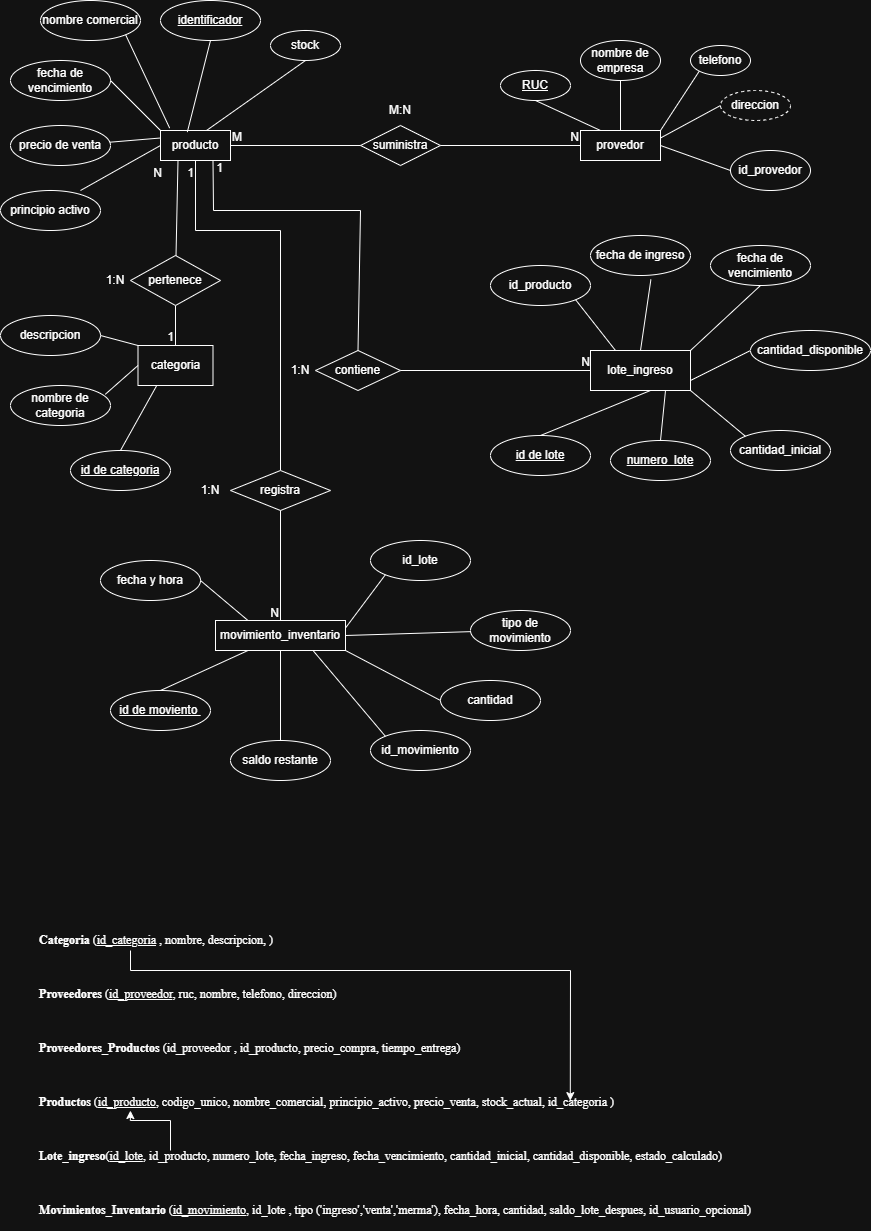
Before: Modelo-ER-ProyectoU1.png, a diagram exported from draw.io (Criss-21/Diagramas-Base-De-DAtos). Source tidied: cells renumbered, new cells last; positions are measured from the earlier drawing's top-left corner, leaving out a move shared by most shapes.
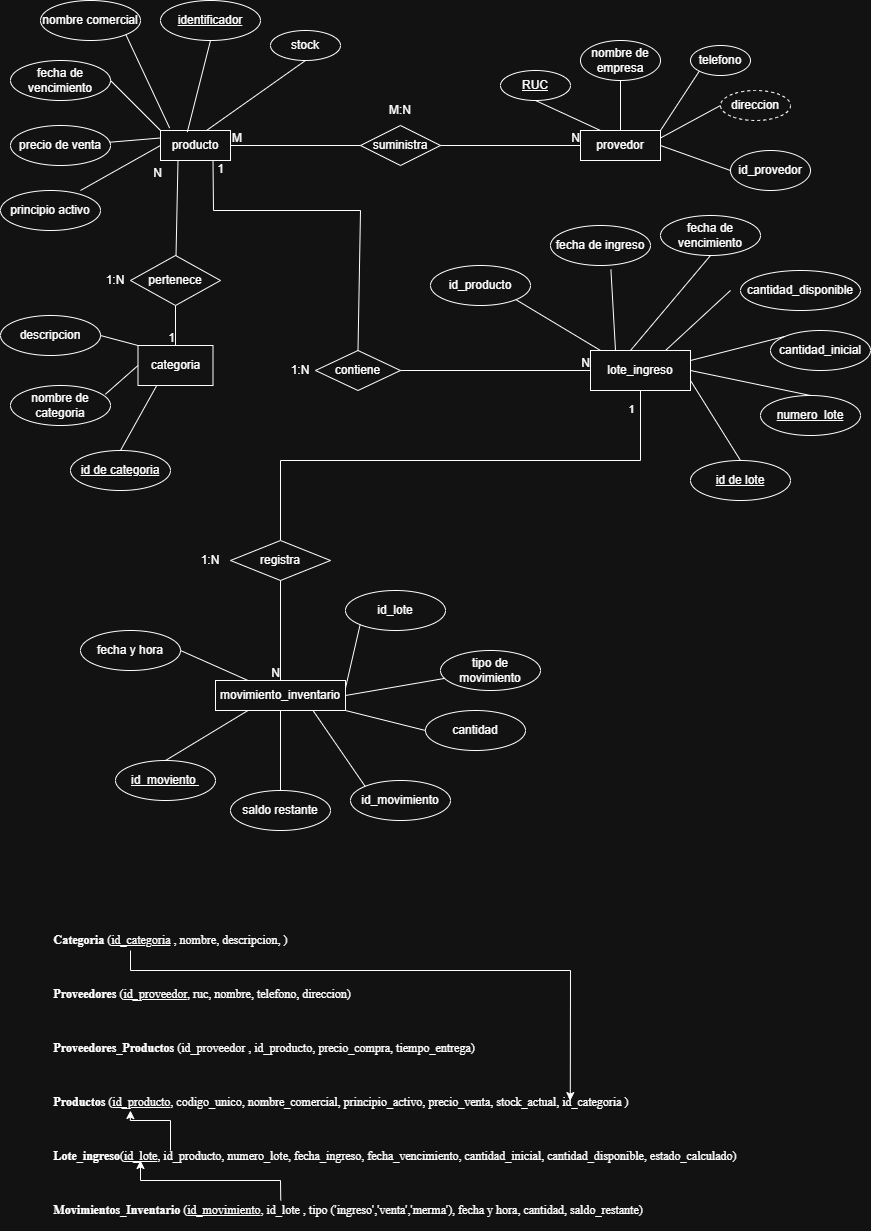
After the change.

Diff of the diagram source:
```diff
@@ -99,63 +99,65 @@
       <mxGeometry x="590" y="350" width="100" height="40" as="geometry" />
     </mxCell>
     <mxCell id="34" value="fecha de ingreso" style="ellipse;whiteSpace=wrap;html=1;align=center;" parent="1" vertex="1">
-      <mxGeometry x="590" y="235" width="100" height="40" as="geometry" />
+      <mxGeometry x="550" y="225" width="100" height="40" as="geometry" />
     </mxCell>
     <mxCell id="35" value="id_producto" style="ellipse;whiteSpace=wrap;html=1;align=center;" parent="1" vertex="1">
-      <mxGeometry x="490" y="265" width="100" height="40" as="geometry" />
+      <mxGeometry x="430" y="265" width="100" height="40" as="geometry" />
     </mxCell>
     <mxCell id="36" value="id de lote" style="ellipse;whiteSpace=wrap;html=1;align=center;fontStyle=4;" parent="1" vertex="1">
-      <mxGeometry x="490" y="435" width="100" height="40" as="geometry" />
+      <mxGeometry x="690" y="460" width="100" height="40" as="geometry" />
     </mxCell>
     <mxCell id="37" value="cantidad_inicial" style="ellipse;whiteSpace=wrap;html=1;align=center;" parent="1" vertex="1">
-      <mxGeometry x="730" y="430" width="100" height="40" as="geometry" />
+      <mxGeometry x="770" y="330" width="100" height="40" as="geometry" />
     </mxCell>
     <mxCell id="38" value="fecha de vencimiento" style="ellipse;whiteSpace=wrap;html=1;align=center;" parent="1" vertex="1">
-      <mxGeometry x="710" y="245" width="100" height="40" as="geometry" />
+      <mxGeometry x="660" y="215" width="100" height="40" as="geometry" />
     </mxCell>
     <mxCell id="39" value="id de categoria" style="ellipse;whiteSpace=wrap;html=1;align=center;fontStyle=4;" parent="1" vertex="1">
       <mxGeometry x="70" y="450" width="100" height="40" as="geometry" />
     </mxCell>
-    <mxCell id="40" style="endArrow=none;html=1;rounded=0;entryX=1;entryY=1;entryDx=0;entryDy=0;exitX=0.25;exitY=0;exitDx=0;exitDy=0;" parent="1" edge="1" source="33" target="35">
-      <mxGeometry relative="1" as="geometry" />
+    <mxCell id="40" style="endArrow=none;html=1;rounded=0;entryX=1;entryY=1;entryDx=0;entryDy=0;" parent="1" edge="1" target="35">
+      <mxGeometry relative="1" as="geometry">
+        <mxPoint x="600" y="350" as="sourcePoint" />
+      </mxGeometry>
     </mxCell>
-    <mxCell id="41" style="endArrow=none;html=1;rounded=0;entryX=0.604;entryY=1.1;entryDx=0;entryDy=0;entryPerimeter=0;exitX=0.5;exitY=0;exitDx=0;exitDy=0;" parent="1" edge="1" source="33" target="34">
+    <mxCell id="41" style="endArrow=none;html=1;rounded=0;entryX=0.604;entryY=1.1;entryDx=0;entryDy=0;entryPerimeter=0;exitX=0.25;exitY=0;exitDx=0;exitDy=0;" parent="1" edge="1" source="33" target="34">
       <mxGeometry relative="1" as="geometry" />
     </mxCell>
-    <mxCell id="42" style="endArrow=none;html=1;rounded=0;entryX=0.5;entryY=1;entryDx=0;entryDy=0;exitX=1;exitY=0;exitDx=0;exitDy=0;" parent="1" edge="1" source="33" target="38">
+    <mxCell id="42" style="endArrow=none;html=1;rounded=0;entryX=0.5;entryY=1;entryDx=0;entryDy=0;exitX=0.4;exitY=0;exitDx=0;exitDy=0;exitPerimeter=0;" parent="1" edge="1" source="33" target="38">
       <mxGeometry relative="1" as="geometry" />
     </mxCell>
-    <mxCell id="43" style="endArrow=none;html=1;rounded=0;entryX=0.6;entryY=1;entryDx=0;entryDy=0;exitX=0.5;exitY=0;exitDx=0;exitDy=0;entryPerimeter=0;" parent="1" edge="1" source="36" target="33">
+    <mxCell id="43" style="endArrow=none;html=1;rounded=0;entryX=1;entryY=0.75;entryDx=0;entryDy=0;exitX=0.5;exitY=0;exitDx=0;exitDy=0;" parent="1" edge="1" source="36" target="33">
       <mxGeometry relative="1" as="geometry" />
     </mxCell>
-    <mxCell id="44" style="endArrow=none;html=1;rounded=0;entryX=1;entryY=1;entryDx=0;entryDy=0;exitX=0;exitY=0;exitDx=0;exitDy=0;" parent="1" edge="1" source="37" target="33">
+    <mxCell id="44" style="endArrow=none;html=1;rounded=0;entryX=1;entryY=0.25;entryDx=0;entryDy=0;exitX=0;exitY=0;exitDx=0;exitDy=0;" parent="1" edge="1" source="37" target="33">
       <mxGeometry relative="1" as="geometry" />
     </mxCell>
-    <mxCell id="45" style="endArrow=none;html=1;rounded=0;exitX=0;exitY=0.5;exitDx=0;exitDy=0;entryX=1;entryY=0.75;entryDx=0;entryDy=0;" parent="1" edge="1" target="33">
+    <mxCell id="45" style="endArrow=none;html=1;rounded=0;entryX=0.75;entryY=0;entryDx=0;entryDy=0;" parent="1" edge="1" target="33">
       <mxGeometry relative="1" as="geometry">
-        <mxPoint x="750" y="350" as="sourcePoint" />
+        <mxPoint x="730" y="290" as="sourcePoint" />
       </mxGeometry>
     </mxCell>
     <mxCell id="46" value="movimiento_inventario" style="whiteSpace=wrap;html=1;align=center;" parent="1" vertex="1">
-      <mxGeometry x="215" y="620" width="130" height="30" as="geometry" />
+      <mxGeometry x="215" y="680" width="130" height="30" as="geometry" />
     </mxCell>
     <mxCell id="47" value="id_lote" style="ellipse;whiteSpace=wrap;html=1;align=center;" parent="1" vertex="1">
-      <mxGeometry x="370" y="540" width="100" height="40" as="geometry" />
+      <mxGeometry x="345" y="590" width="100" height="40" as="geometry" />
     </mxCell>
-    <mxCell id="48" value="id de moviento&amp;nbsp;" style="ellipse;whiteSpace=wrap;html=1;align=center;fontStyle=4;" parent="1" vertex="1">
-      <mxGeometry x="110" y="690" width="100" height="40" as="geometry" />
+    <mxCell id="48" value="id_moviento&amp;nbsp;" style="ellipse;whiteSpace=wrap;html=1;align=center;fontStyle=4;" parent="1" vertex="1">
+      <mxGeometry x="115" y="760" width="100" height="40" as="geometry" />
     </mxCell>
     <mxCell id="49" value="tipo de movimiento" style="ellipse;whiteSpace=wrap;html=1;align=center;" parent="1" vertex="1">
-      <mxGeometry x="470" y="610" width="100" height="40" as="geometry" />
+      <mxGeometry x="440" y="650" width="100" height="40" as="geometry" />
     </mxCell>
     <mxCell id="50" value="cantidad" style="ellipse;whiteSpace=wrap;html=1;align=center;" parent="1" vertex="1">
-      <mxGeometry x="440" y="680" width="100" height="40" as="geometry" />
+      <mxGeometry x="425" y="710" width="100" height="40" as="geometry" />
     </mxCell>
     <mxCell id="51" value="fecha y hora" style="ellipse;whiteSpace=wrap;html=1;align=center;" parent="1" vertex="1">
-      <mxGeometry x="100" y="560" width="100" height="40" as="geometry" />
+      <mxGeometry x="80" y="630" width="100" height="40" as="geometry" />
     </mxCell>
     <mxCell id="52" value="saldo restante" style="ellipse;whiteSpace=wrap;html=1;align=center;" parent="1" vertex="1">
-      <mxGeometry x="230" y="740" width="100" height="40" as="geometry" />
+      <mxGeometry x="230" y="790" width="100" height="40" as="geometry" />
     </mxCell>
     <mxCell id="53" style="endArrow=none;html=1;rounded=0;entryX=0.5;entryY=0;entryDx=0;entryDy=0;exitX=0.25;exitY=1;exitDx=0;exitDy=0;" parent="1" edge="1" source="46" target="48">
       <mxGeometry relative="1" as="geometry" />
@@ -215,21 +217,26 @@
     <mxCell id="69" value="N" style="html=1;whiteSpace=wrap;align=right;verticalAlign=bottom;" parent="68" vertex="1">
       <mxGeometry x="1" relative="1" as="geometry" />
     </mxCell>
-    <mxCell id="70" value="1" style="html=1;whiteSpace=wrap;align=right;verticalAlign=bottom;" parent="1" vertex="1">
+    <mxCell id="70" style="html=1;whiteSpace=wrap;align=right;verticalAlign=bottom;" parent="1" vertex="1">
       <mxGeometry x="130" y="180" as="geometry">
         <mxPoint x="65" y="1" as="offset" />
       </mxGeometry>
     </mxCell>
-    <mxCell id="71" style="endArrow=none;html=1;rounded=0;entryX=0.5;entryY=1;entryDx=0;entryDy=0;exitX=0.5;exitY=0;exitDx=0;exitDy=0;" parent="1" edge="1" source="72" target="2">
+    <mxCell id="71" style="endArrow=none;html=1;rounded=0;exitX=0.5;exitY=0;exitDx=0;exitDy=0;entryX=0.5;entryY=1;entryDx=0;entryDy=0;" parent="1" edge="1" source="72" target="33">
       <mxGeometry relative="1" as="geometry">
         <Array as="points">
-          <mxPoint x="280" y="230" />
-          <mxPoint x="195" y="230" />
+          <mxPoint x="280" y="460" />
+          <mxPoint x="640" y="460" />
         </Array>
       </mxGeometry>
     </mxCell>
+    <mxCell id="90" value="1" style="edgeLabel;html=1;align=center;verticalAlign=middle;" parent="71" vertex="1">
+      <mxGeometry x="0.92" relative="1" as="geometry">
+        <mxPoint x="-10" y="-2" as="offset" />
+      </mxGeometry>
+    </mxCell>
     <mxCell id="72" value="registra" style="shape=rhombus;perimeter=rhombusPerimeter;whiteSpace=wrap;html=1;align=center;" parent="1" vertex="1">
-      <mxGeometry x="230" y="470" width="100" height="40" as="geometry" />
+      <mxGeometry x="230" y="540" width="100" height="40" as="geometry" />
     </mxCell>
     <mxCell id="73" value="1" style="html=1;whiteSpace=wrap;align=right;verticalAlign=bottom;" parent="1" vertex="1">
       <mxGeometry x="220" y="180" as="geometry">
@@ -246,7 +253,7 @@
       <mxGeometry x="270" y="355" width="60" height="30" as="geometry" />
     </mxCell>
     <mxCell id="77" value="1:N" style="text;html=1;whiteSpace=wrap;strokeColor=none;fillColor=none;align=center;verticalAlign=middle;rounded=0;" parent="1" vertex="1">
-      <mxGeometry x="180" y="475" width="60" height="30" as="geometry" />
+      <mxGeometry x="180" y="545" width="60" height="30" as="geometry" />
     </mxCell>
     <mxCell id="78" value="descripcion" style="ellipse;whiteSpace=wrap;html=1;align=center;" parent="1" vertex="1">
       <mxGeometry y="315" width="100" height="40" as="geometry" />
@@ -261,21 +268,21 @@
       <mxGeometry relative="1" as="geometry" />
     </mxCell>
     <mxCell id="82" value="cantidad_disponible" style="ellipse;whiteSpace=wrap;html=1;align=center;" parent="1" vertex="1">
-      <mxGeometry x="750" y="330" width="120" height="40" as="geometry" />
+      <mxGeometry x="740" y="270" width="120" height="40" as="geometry" />
     </mxCell>
     <mxCell id="83" value="numero_lote" style="ellipse;whiteSpace=wrap;html=1;align=center;fontStyle=4;" parent="1" vertex="1">
-      <mxGeometry x="610" y="440" width="100" height="40" as="geometry" />
+      <mxGeometry x="760" y="395" width="100" height="40" as="geometry" />
     </mxCell>
-    <mxCell id="84" style="endArrow=none;html=1;rounded=0;entryX=0.75;entryY=1;entryDx=0;entryDy=0;exitX=0.5;exitY=0;exitDx=0;exitDy=0;" parent="1" edge="1" source="83" target="33">
+    <mxCell id="84" style="endArrow=none;html=1;rounded=0;entryX=1;entryY=0.5;entryDx=0;entryDy=0;exitX=0.5;exitY=0;exitDx=0;exitDy=0;" parent="1" edge="1" source="83" target="33">
       <mxGeometry relative="1" as="geometry" />
     </mxCell>
     <mxCell id="85" value="id_movimiento" style="ellipse;whiteSpace=wrap;html=1;align=center;" parent="1" vertex="1">
-      <mxGeometry x="370" y="730" width="100" height="40" as="geometry" />
+      <mxGeometry x="350" y="780" width="100" height="40" as="geometry" />
     </mxCell>
     <mxCell id="86" style="endArrow=none;html=1;rounded=0;entryX=0.75;entryY=1;entryDx=0;entryDy=0;exitX=0;exitY=0;exitDx=0;exitDy=0;" parent="1" edge="1" source="85" target="46">
       <mxGeometry relative="1" as="geometry" />
     </mxCell>
-    <mxCell id="87" value="&lt;p class=&quot;MsoNormal&quot; style=&quot;text-align:justify;line-height:normal&quot;&gt;&lt;b&gt;&lt;span style=&quot;font-family:&amp;quot;Times New Roman&amp;quot;,serif&quot;&gt;Categoria&lt;/span&gt;&lt;/b&gt;&lt;span style=&quot;font-family:&amp;quot;Times New Roman&amp;quot;,serif&quot;&gt;&amp;nbsp;(&lt;u&gt;id_categoria&lt;/u&gt; , nombre, descripcion, )&lt;/span&gt;&lt;/p&gt;&lt;p class=&quot;MsoNormal&quot; style=&quot;text-align:justify;line-height:normal&quot;&gt;&lt;span style=&quot;font-family:&amp;quot;Times New Roman&amp;quot;,serif&quot;&gt;&lt;br&gt;&lt;/span&gt;&lt;/p&gt;&lt;p class=&quot;MsoNormal&quot; style=&quot;text-align:justify;line-height:normal&quot;&gt;&lt;b&gt;&lt;span style=&quot;font-family:&amp;quot;Times New Roman&amp;quot;,serif&quot;&gt;Proveedores&lt;/span&gt;&lt;/b&gt;&lt;span style=&quot;font-family:&amp;quot;Times New Roman&amp;quot;,serif&quot;&gt; (&lt;u&gt;id_proveedor&lt;/u&gt;, ruc, nombre, telefono, direccion)&lt;/span&gt;&lt;/p&gt;&lt;p class=&quot;MsoNormal&quot; style=&quot;text-align:justify;line-height:normal&quot;&gt;&lt;span style=&quot;font-family:&amp;quot;Times New Roman&amp;quot;,serif&quot;&gt;&lt;br&gt;&lt;/span&gt;&lt;/p&gt;&lt;p class=&quot;MsoNormal&quot; style=&quot;text-align:justify;line-height:normal&quot;&gt;&lt;b&gt;&lt;span style=&quot;font-family:&amp;quot;Times New Roman&amp;quot;,serif&quot;&gt;Proveedores_Productos&lt;/span&gt;&lt;/b&gt;&lt;span style=&quot;font-family:&amp;quot;Times New Roman&amp;quot;,serif&quot;&gt; (id_proveedor , id_producto, precio_compra, tiempo_entrega)&lt;/span&gt;&lt;/p&gt;&lt;p class=&quot;MsoNormal&quot; style=&quot;text-align:justify;line-height:normal&quot;&gt;&lt;span style=&quot;font-family:&amp;quot;Times New Roman&amp;quot;,serif&quot;&gt;&lt;br&gt;&lt;/span&gt;&lt;/p&gt;&lt;p class=&quot;MsoNormal&quot; style=&quot;text-align:justify;line-height:normal&quot;&gt;&lt;b&gt;&lt;span style=&quot;font-family:&amp;quot;Times New Roman&amp;quot;,serif&quot;&gt;Productos&lt;/span&gt;&lt;/b&gt;&lt;span style=&quot;font-family:&amp;quot;Times New Roman&amp;quot;,serif&quot;&gt; (&lt;u&gt;id_producto&lt;/u&gt;, codigo_unico, nombre_comercial, principio_activo, precio_venta, stock_actual, id_categoria )&lt;/span&gt;&lt;/p&gt;&lt;p class=&quot;MsoNormal&quot; style=&quot;text-align:justify;line-height:normal&quot;&gt;&lt;span style=&quot;font-family:&amp;quot;Times New Roman&amp;quot;,serif&quot;&gt;&lt;br&gt;&lt;/span&gt;&lt;/p&gt;&lt;p class=&quot;MsoNormal&quot; style=&quot;text-align:justify;line-height:normal&quot;&gt;&lt;b&gt;&lt;span style=&quot;font-family:&amp;quot;Times New Roman&amp;quot;,serif&quot;&gt;Lote_ingreso&lt;/span&gt;&lt;/b&gt;&lt;span style=&quot;font-family:&amp;quot;Times New Roman&amp;quot;,serif&quot;&gt;(&lt;u&gt;id_lote&lt;/u&gt;, id_producto, numero_lote, fecha_ingreso, fecha_vencimiento, cantidad_inicial, cantidad_disponible, estado_calculado)&lt;/span&gt;&lt;/p&gt;&lt;p class=&quot;MsoNormal&quot; style=&quot;text-align:justify;line-height:normal&quot;&gt;&lt;span style=&quot;font-family:&amp;quot;Times New Roman&amp;quot;,serif&quot;&gt;&lt;br&gt;&lt;/span&gt;&lt;/p&gt;&lt;p class=&quot;MsoNormal&quot; style=&quot;text-align:justify;line-height:normal&quot;&gt;&lt;b&gt;&lt;span style=&quot;font-family:&amp;quot;Times New Roman&amp;quot;,serif&quot;&gt;Movimientos_Inventario&lt;/span&gt;&lt;/b&gt;&lt;span style=&quot;font-family:&amp;quot;Times New Roman&amp;quot;,serif&quot;&gt; (&lt;u&gt;id_movimiento&lt;/u&gt;, id_lote , tipo ('ingreso','venta','merma'), fecha_hora, cantidad, saldo_lote_despues, id_usuario_opcional)&lt;/span&gt;&lt;/p&gt;" style="text;html=1;whiteSpace=wrap;strokeColor=none;fillColor=none;align=center;verticalAlign=middle;rounded=0;" parent="1" vertex="1">
+    <mxCell id="87" value="&lt;p class=&quot;MsoNormal&quot; style=&quot;text-align:justify;line-height:normal&quot;&gt;&lt;b&gt;&lt;span style=&quot;font-family:&amp;quot;Times New Roman&amp;quot;,serif&quot;&gt;Categoria&lt;/span&gt;&lt;/b&gt;&lt;span style=&quot;font-family:&amp;quot;Times New Roman&amp;quot;,serif&quot;&gt;&amp;nbsp;(&lt;u&gt;id_categoria&lt;/u&gt; , nombre, descripcion, )&lt;/span&gt;&lt;/p&gt;&lt;p class=&quot;MsoNormal&quot; style=&quot;text-align:justify;line-height:normal&quot;&gt;&lt;span style=&quot;font-family:&amp;quot;Times New Roman&amp;quot;,serif&quot;&gt;&lt;br&gt;&lt;/span&gt;&lt;/p&gt;&lt;p class=&quot;MsoNormal&quot; style=&quot;text-align:justify;line-height:normal&quot;&gt;&lt;b&gt;&lt;span style=&quot;font-family:&amp;quot;Times New Roman&amp;quot;,serif&quot;&gt;Proveedores&lt;/span&gt;&lt;/b&gt;&lt;span style=&quot;font-family:&amp;quot;Times New Roman&amp;quot;,serif&quot;&gt; (&lt;u&gt;id_proveedor&lt;/u&gt;, ruc, nombre, telefono, direccion)&lt;/span&gt;&lt;/p&gt;&lt;p class=&quot;MsoNormal&quot; style=&quot;text-align:justify;line-height:normal&quot;&gt;&lt;span style=&quot;font-family:&amp;quot;Times New Roman&amp;quot;,serif&quot;&gt;&lt;br&gt;&lt;/span&gt;&lt;/p&gt;&lt;p class=&quot;MsoNormal&quot; style=&quot;text-align:justify;line-height:normal&quot;&gt;&lt;b&gt;&lt;span style=&quot;font-family:&amp;quot;Times New Roman&amp;quot;,serif&quot;&gt;Proveedores_Productos&lt;/span&gt;&lt;/b&gt;&lt;span style=&quot;font-family:&amp;quot;Times New Roman&amp;quot;,serif&quot;&gt; (id_proveedor , id_producto, precio_compra, tiempo_entrega)&lt;/span&gt;&lt;/p&gt;&lt;p class=&quot;MsoNormal&quot; style=&quot;text-align:justify;line-height:normal&quot;&gt;&lt;span style=&quot;font-family:&amp;quot;Times New Roman&amp;quot;,serif&quot;&gt;&lt;br&gt;&lt;/span&gt;&lt;/p&gt;&lt;p class=&quot;MsoNormal&quot; style=&quot;text-align:justify;line-height:normal&quot;&gt;&lt;b&gt;&lt;span style=&quot;font-family:&amp;quot;Times New Roman&amp;quot;,serif&quot;&gt;Productos&lt;/span&gt;&lt;/b&gt;&lt;span style=&quot;font-family:&amp;quot;Times New Roman&amp;quot;,serif&quot;&gt; (&lt;u&gt;id_producto&lt;/u&gt;, codigo_unico, nombre_comercial, principio_activo, precio_venta, stock_actual, id_categoria )&lt;/span&gt;&lt;/p&gt;&lt;p class=&quot;MsoNormal&quot; style=&quot;text-align:justify;line-height:normal&quot;&gt;&lt;span style=&quot;font-family:&amp;quot;Times New Roman&amp;quot;,serif&quot;&gt;&lt;br&gt;&lt;/span&gt;&lt;/p&gt;&lt;p class=&quot;MsoNormal&quot; style=&quot;text-align:justify;line-height:normal&quot;&gt;&lt;b&gt;&lt;span style=&quot;font-family:&amp;quot;Times New Roman&amp;quot;,serif&quot;&gt;Lote_ingreso&lt;/span&gt;&lt;/b&gt;&lt;span style=&quot;font-family:&amp;quot;Times New Roman&amp;quot;,serif&quot;&gt;(&lt;u&gt;id_lote&lt;/u&gt;, id_producto, numero_lote, fecha_ingreso, fecha_vencimiento, cantidad_inicial, cantidad_disponible, estado_calculado)&lt;/span&gt;&lt;/p&gt;&lt;p class=&quot;MsoNormal&quot; style=&quot;text-align:justify;line-height:normal&quot;&gt;&lt;span style=&quot;font-family:&amp;quot;Times New Roman&amp;quot;,serif&quot;&gt;&lt;br&gt;&lt;/span&gt;&lt;/p&gt;&lt;p class=&quot;MsoNormal&quot; style=&quot;text-align:justify;line-height:normal&quot;&gt;&lt;b&gt;&lt;span style=&quot;font-family:&amp;quot;Times New Roman&amp;quot;,serif&quot;&gt;Movimientos_Inventario&lt;/span&gt;&lt;/b&gt;&lt;span style=&quot;font-family:&amp;quot;Times New Roman&amp;quot;,serif&quot;&gt; (&lt;u&gt;id_movimiento&lt;/u&gt;, id_lote , tipo ('ingreso','venta','merma'), fecha y hora, cantidad, saldo_restante)&lt;/span&gt;&lt;/p&gt;" style="text;html=1;whiteSpace=wrap;strokeColor=none;fillColor=none;align=center;verticalAlign=middle;rounded=0;" parent="1" vertex="1">
       <mxGeometry x="10" y="920" width="770" height="310" as="geometry" />
     </mxCell>
     <mxCell id="88" style="endArrow=classic;html=1;rounded=0;entryX=0.727;entryY=0.581;entryDx=0;entryDy=0;entryPerimeter=0;" parent="1" edge="1" target="87">
@@ -297,5 +304,14 @@
         </Array>
       </mxGeometry>
     </mxCell>
+    <mxCell id="91" style="endArrow=classic;html=1;rounded=0;exitX=0.351;exitY=0.903;exitDx=0;exitDy=0;exitPerimeter=0;" parent="1" edge="1" source="87">
+      <mxGeometry relative="1" as="geometry">
+        <mxPoint x="140" y="1160" as="targetPoint" />
+        <Array as="points">
+          <mxPoint x="280" y="1180" />
+          <mxPoint x="140" y="1180" />
+        </Array>
+      </mxGeometry>
+    </mxCell>
   </root>
 </mxGraphModel>
```
